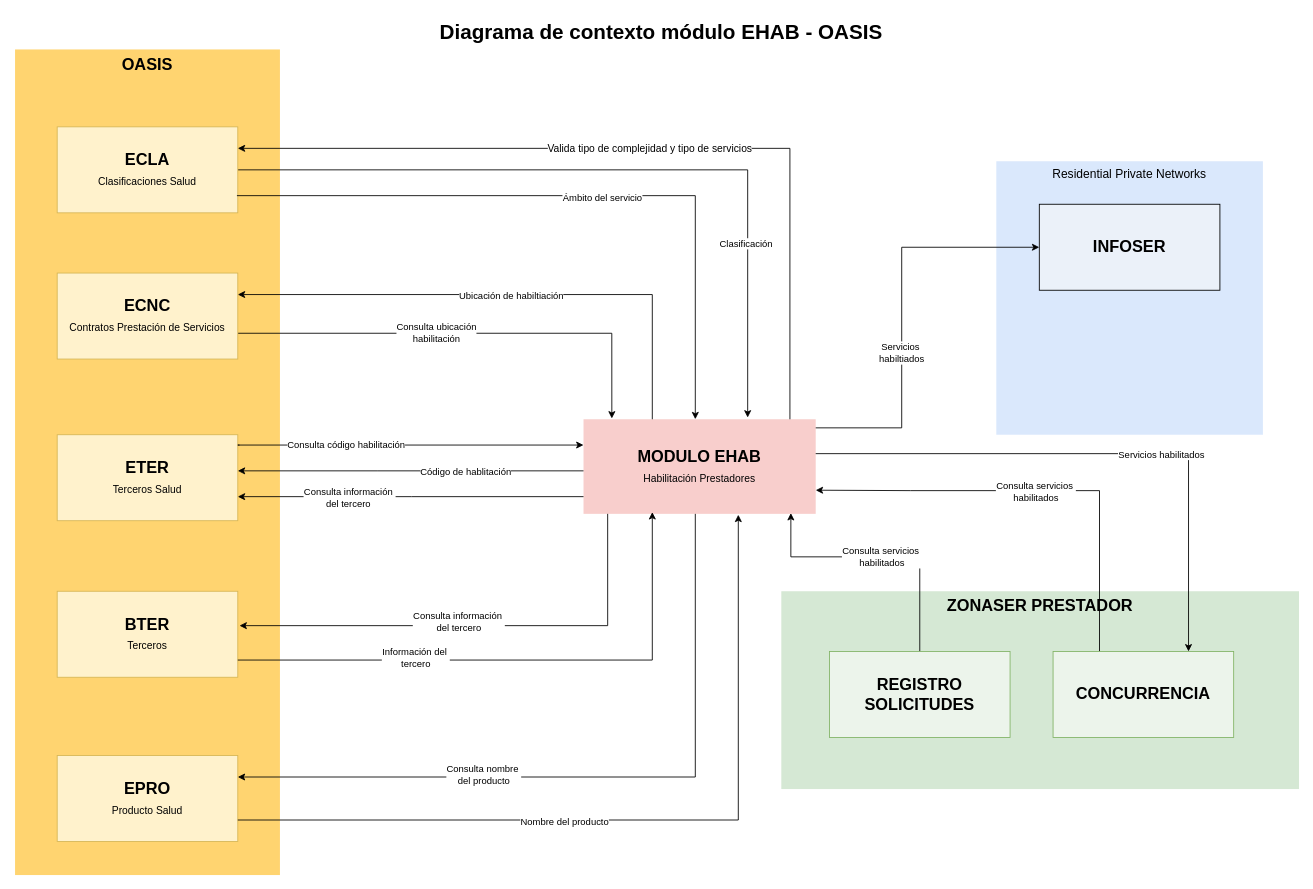
The draw.io diagram Contexto modulo EHAB.drawio in kevinjporto/Diagramas-de-procesos, before the edit. Source tidied: cells renumbered, new cells numbered last; positions are measured from the earlier drawing's top-left corner, leaving out a move shared by most shapes. Both pictures are drawn from the tidied source at 86%, with x=0, y=0 at pixel (15, 15).
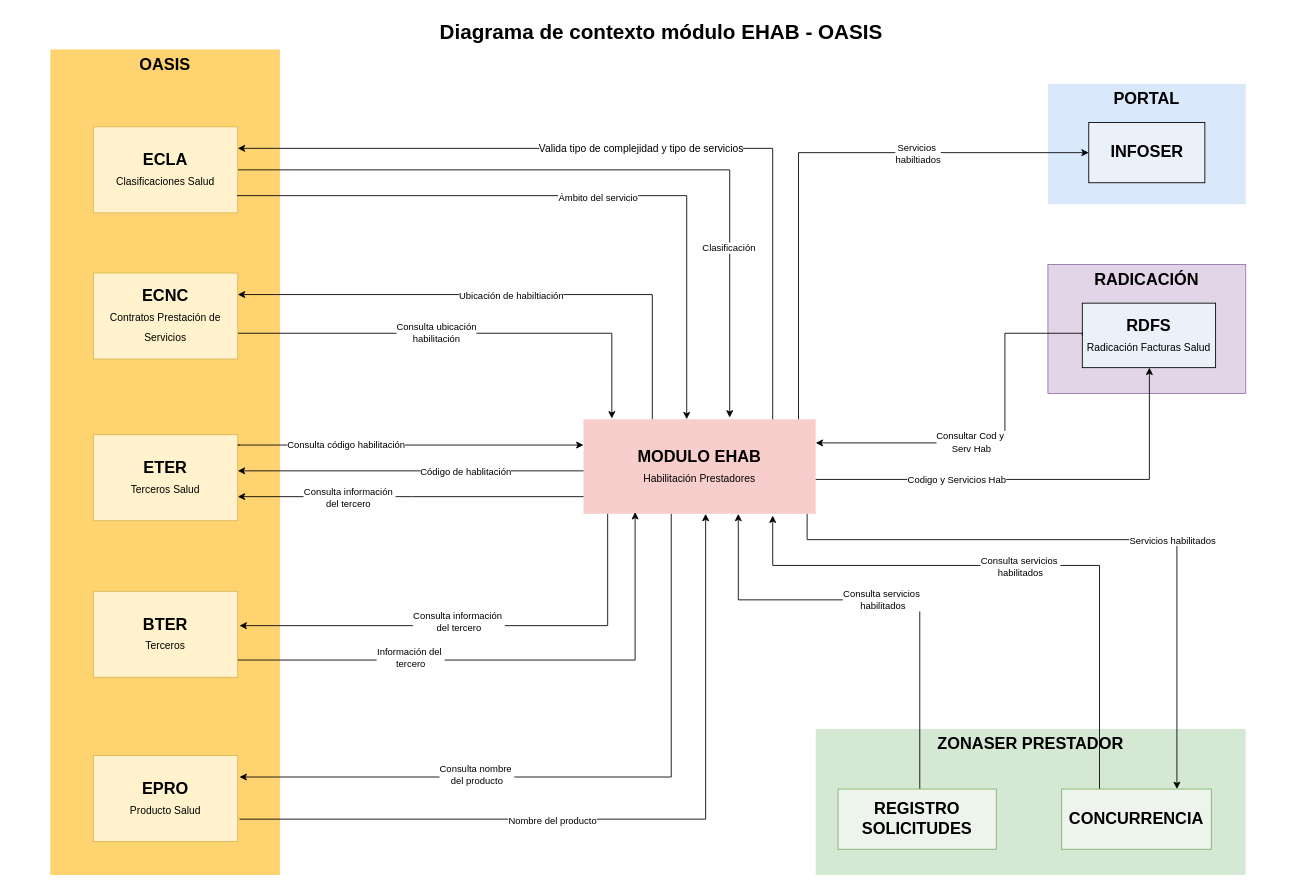
The same diagram, later.

Unchanged cells that the change refers to:
```xml
<mxCell id="2" value="MODULO EHAB&lt;div&gt;&lt;font style=&quot;font-weight: normal; font-size: 12px;&quot;&gt;Habilitación Prestadores&lt;/font&gt;&lt;/div&gt;" style="whiteSpace=wrap;html=1;fillColor=#f8cecc;fontSize=19;strokeColor=none;verticalAlign=middle;fontStyle=1;" parent="1" vertex="1">
  <mxGeometry x="661" y="470" width="270" height="110" as="geometry" />
</mxCell>
```

Change to the diagram source:
```diff
@@
     <mxCell id="3" value="ZONASER PRESTADOR" style="whiteSpace=wrap;html=1;fillColor=#d5e8d4;fontSize=19;strokeColor=none;verticalAlign=top;fontStyle=1;" parent="1" vertex="1">
-      <mxGeometry x="891" y="670" width="602" height="230" as="geometry" />
+      <mxGeometry x="931" y="830" width="500" height="170" as="geometry" />
     </mxCell>
     <mxCell id="4" value="&lt;b&gt;OASIS&lt;/b&gt;" style="whiteSpace=wrap;html=1;fillColor=#FFD470;gradientColor=none;fontSize=19;strokeColor=none;verticalAlign=top;" parent="1" vertex="1">
-      <mxGeometry y="40" width="308" height="960" as="geometry" />
+      <mxGeometry x="41" y="40" width="267" height="960" as="geometry" />
     </mxCell>
-    <mxCell id="5" value="Residential Private Networks" style="whiteSpace=wrap;html=1;fillColor=#dae8fc;fontSize=14;strokeColor=none;verticalAlign=top;" parent="1" vertex="1">
-      <mxGeometry x="1141" y="170" width="310" height="318" as="geometry" />
+    <mxCell id="5" value="&lt;span style=&quot;font-size: 19px; font-weight: 700;&quot;&gt;PORTAL&lt;/span&gt;" style="whiteSpace=wrap;html=1;fillColor=#dae8fc;fontSize=14;strokeColor=none;verticalAlign=top;" parent="1" vertex="1">
+      <mxGeometry x="1201" y="80" width="230" height="140" as="geometry" />
     </mxCell>
@@
-    <mxCell id="7" style="edgeStyle=orthogonalEdgeStyle;rounded=0;jettySize=auto;html=1;entryX=0.707;entryY=-0.018;entryDx=0;entryDy=0;entryPerimeter=0;exitX=1;exitY=0.5;exitDx=0;exitDy=0;" parent="1" edge="1" source="9" target="2">
+    <mxCell id="7" style="edgeStyle=orthogonalEdgeStyle;rounded=0;jettySize=auto;html=1;exitX=1;exitY=0.5;exitDx=0;exitDy=0;" parent="1" edge="1" source="9">
       <mxGeometry relative="1" as="geometry">
+        <mxPoint x="831" y="468" as="targetPoint" />
         <Array as="points">
-          <mxPoint x="852" y="180" />
+          <mxPoint x="831" y="180" />
+          <mxPoint x="831" y="468" />
         </Array>
       </mxGeometry>
     </mxCell>
@@
     <mxCell id="9" value="ECLA&lt;div&gt;&lt;font style=&quot;font-size: 12px; font-weight: normal;&quot;&gt;Clasificaciones Salud&lt;/font&gt;&lt;/div&gt;" style="whiteSpace=wrap;html=1;fillColor=#fff2cc;fontSize=19;strokeColor=#d6b656;verticalAlign=middle;fontStyle=1;" parent="1" vertex="1">
-      <mxGeometry x="49" y="130" width="210" height="100" as="geometry" />
+      <mxGeometry x="91" y="130" width="168" height="100" as="geometry" />
     </mxCell>
-    <mxCell id="10" style="edgeStyle=orthogonalEdgeStyle;rounded=0;jettySize=auto;html=1;entryX=1;entryY=0.25;entryDx=0;entryDy=0;exitX=0.889;exitY=0;exitDx=0;exitDy=0;exitPerimeter=0;" parent="1" edge="1" source="2" target="9">
+    <mxCell id="10" style="edgeStyle=orthogonalEdgeStyle;rounded=0;jettySize=auto;html=1;entryX=1;entryY=0.25;entryDx=0;entryDy=0;" parent="1" edge="1" target="9">
       <mxGeometry relative="1" as="geometry">
+        <mxPoint x="881" y="470" as="sourcePoint" />
         <Array as="points">
-          <mxPoint x="901" y="155" />
+          <mxPoint x="881" y="470" />
+          <mxPoint x="881" y="155" />
         </Array>
       </mxGeometry>
     </mxCell>
@@
     <mxCell id="14" value="ECNC&lt;div&gt;&lt;font style=&quot;font-size: 12px; font-weight: normal;&quot;&gt;Contratos Prestación de Servicios&lt;/font&gt;&lt;/div&gt;" style="whiteSpace=wrap;html=1;fillColor=#fff2cc;fontSize=19;strokeColor=#d6b656;verticalAlign=middle;fontStyle=1;" parent="1" vertex="1">
-      <mxGeometry x="49" y="300" width="210" height="100" as="geometry" />
+      <mxGeometry x="91" y="300" width="168" height="100" as="geometry" />
     </mxCell>
     <mxCell id="15" value="ETER&lt;div&gt;&lt;span style=&quot;font-weight: normal;&quot;&gt;&lt;font style=&quot;font-size: 12px;&quot;&gt;T&lt;/font&gt;&lt;/span&gt;&lt;font style=&quot;font-size: 12px; font-weight: normal;&quot;&gt;erceros Salud&lt;/font&gt;&lt;/div&gt;" style="whiteSpace=wrap;html=1;fillColor=#fff2cc;fontSize=19;strokeColor=#d6b656;verticalAlign=middle;fontStyle=1;" parent="1" vertex="1">
-      <mxGeometry x="49" y="488" width="210" height="100" as="geometry" />
+      <mxGeometry x="91" y="488" width="168" height="100" as="geometry" />
     </mxCell>
     <mxCell id="16" value="BTER&lt;div&gt;&lt;font style=&quot;font-size: 12px; font-weight: normal;&quot;&gt;Terceros&lt;/font&gt;&lt;/div&gt;" style="whiteSpace=wrap;html=1;fillColor=#fff2cc;fontSize=19;strokeColor=#d6b656;verticalAlign=middle;fontStyle=1;" parent="1" vertex="1">
-      <mxGeometry x="49" y="670" width="210" height="100" as="geometry" />
+      <mxGeometry x="91" y="670" width="168" height="100" as="geometry" />
     </mxCell>
-    <mxCell id="17" style="edgeStyle=orthogonalEdgeStyle;rounded=0;jettySize=auto;html=1;entryX=0.893;entryY=0.992;entryDx=0;entryDy=0;entryPerimeter=0;" parent="1" edge="1" source="19" target="2">
+    <mxCell id="17" style="edgeStyle=orthogonalEdgeStyle;rounded=0;jettySize=auto;html=1;" parent="1" edge="1" source="19">
       <mxGeometry relative="1" as="geometry">
+        <mxPoint x="841" y="580" as="targetPoint" />
         <Array as="points">
-          <mxPoint x="1052" y="630" />
-          <mxPoint x="902" y="630" />
+          <mxPoint x="1052" y="680" />
+          <mxPoint x="841" y="680" />
         </Array>
       </mxGeometry>
     </mxCell>
@@
     <mxCell id="19" value="REGISTRO SOLICITUDES" style="whiteSpace=wrap;html=1;fillColor=light-dark(#ecf4eb, #1f2f1e);fontSize=19;strokeColor=#82b366;verticalAlign=middle;fontStyle=1;" parent="1" vertex="1">
-      <mxGeometry x="947" y="740" width="210" height="100" as="geometry" />
+      <mxGeometry x="957" y="900" width="184" height="70" as="geometry" />
     </mxCell>
-    <mxCell id="20" style="edgeStyle=orthogonalEdgeStyle;rounded=0;jettySize=auto;html=1;entryX=1;entryY=0.75;entryDx=0;entryDy=0;" parent="1" edge="1" source="22" target="2">
+    <mxCell id="20" style="edgeStyle=orthogonalEdgeStyle;rounded=0;jettySize=auto;html=1;" parent="1" edge="1" source="22">
       <mxGeometry relative="1" as="geometry">
+        <mxPoint x="881" y="582" as="targetPoint" />
         <Array as="points">
-          <mxPoint x="1261" y="553" />
-          <mxPoint x="1041" y="553" />
+          <mxPoint x="1261" y="640" />
+          <mxPoint x="881" y="640" />
+          <mxPoint x="881" y="582" />
         </Array>
       </mxGeometry>
     </mxCell>
@@
     <mxCell id="22" value="CONCURRENCIA" style="whiteSpace=wrap;html=1;fillColor=light-dark(#ecf4eb, #1f2f1e);fontSize=19;strokeColor=#82b366;verticalAlign=middle;fontStyle=1;" parent="1" vertex="1">
-      <mxGeometry x="1207" y="740" width="210" height="100" as="geometry" />
+      <mxGeometry x="1217" y="900" width="174" height="70" as="geometry" />
     </mxCell>
     <mxCell id="23" value="INFOSER" style="whiteSpace=wrap;html=1;fillColor=light-dark(#ebf1f9, #1d293b);fontSize=19;strokeColor=default;verticalAlign=middle;fontStyle=1;" parent="1" vertex="1">
-      <mxGeometry x="1191" y="220" width="210" height="100" as="geometry" />
+      <mxGeometry x="1248.5" y="125" width="135" height="70" as="geometry" />
     </mxCell>
@@
     <mxCell id="26" value="EPRO&lt;div&gt;&lt;font style=&quot;font-size: 12px; font-weight: normal;&quot;&gt;Producto Salud&lt;/font&gt;&lt;/div&gt;" style="whiteSpace=wrap;html=1;fillColor=#fff2cc;fontSize=19;strokeColor=#d6b656;verticalAlign=middle;fontStyle=1;" parent="1" vertex="1">
-      <mxGeometry x="49" y="861" width="210" height="100" as="geometry" />
+      <mxGeometry x="91" y="861" width="168" height="100" as="geometry" />
     </mxCell>
-    <mxCell id="27" style="edgeStyle=orthogonalEdgeStyle;rounded=0;jettySize=auto;html=1;exitX=1;exitY=0.75;exitDx=0;exitDy=0;" parent="1" edge="1" source="26">
+    <mxCell id="27" style="edgeStyle=orthogonalEdgeStyle;rounded=0;orthogonalLoop=1;jettySize=auto;html=1;" parent="1" edge="1">
       <mxGeometry relative="1" as="geometry">
-        <mxPoint x="841" y="581" as="targetPoint" />
+        <mxPoint x="261" y="935" as="sourcePoint" />
+        <mxPoint x="803" y="580" as="targetPoint" />
         <Array as="points">
-          <mxPoint x="841" y="936" />
+          <mxPoint x="803" y="935" />
+          <mxPoint x="803" y="580" />
         </Array>
       </mxGeometry>
     </mxCell>
@@
     <mxCell id="29" style="edgeStyle=orthogonalEdgeStyle;rounded=0;jettySize=auto;html=1;" parent="1" edge="1" source="16">
       <mxGeometry relative="1" as="geometry">
-        <mxPoint x="741" y="578" as="targetPoint" />
+        <mxPoint x="721" y="578" as="targetPoint" />
         <Array as="points">
-          <mxPoint x="154" y="750" />
-          <mxPoint x="741" y="750" />
+          <mxPoint x="721" y="750" />
+          <mxPoint x="721" y="578" />
         </Array>
       </mxGeometry>
     </mxCell>
@@
-    <mxCell id="31" style="edgeStyle=orthogonalEdgeStyle;rounded=0;jettySize=auto;html=1;" parent="1" edge="1" source="2" target="23">
+    <mxCell id="31" style="edgeStyle=orthogonalEdgeStyle;rounded=0;jettySize=auto;html=1;entryX=0;entryY=0.5;entryDx=0;entryDy=0;" parent="1" edge="1" source="2" target="23">
       <mxGeometry relative="1" as="geometry">
         <Array as="points">
-          <mxPoint x="1031" y="480" />
-          <mxPoint x="1031" y="270" />
+          <mxPoint x="911" y="160" />
         </Array>
       </mxGeometry>
     </mxCell>
     <mxCell id="32" value="Servicios&amp;nbsp;&lt;div&gt;habiltiados&lt;/div&gt;" style="edgeLabel;html=1;align=center;verticalAlign=middle;" parent="31" vertex="1">
-      <mxGeometry x="-0.2" y="1" relative="1" as="geometry" />
+      <mxGeometry x="-0.2" y="1" relative="1" as="geometry">
+        <mxPoint x="139" y="-51" as="offset" />
+      </mxGeometry>
     </mxCell>
@@
-    <mxCell id="35" style="edgeStyle=orthogonalEdgeStyle;rounded=0;jettySize=auto;html=1;entryX=0.75;entryY=0;entryDx=0;entryDy=0;" parent="1" edge="1" source="2" target="22">
+    <mxCell id="35" style="edgeStyle=orthogonalEdgeStyle;rounded=0;jettySize=auto;html=1;" parent="1" edge="1" source="2">
       <mxGeometry relative="1" as="geometry">
+        <mxPoint x="1351" y="900" as="targetPoint" />
         <Array as="points">
-          <mxPoint x="1365" y="510" />
+          <mxPoint x="921" y="610" />
+          <mxPoint x="1351" y="610" />
         </Array>
       </mxGeometry>
     </mxCell>
@@
-    <mxCell id="37" style="edgeStyle=orthogonalEdgeStyle;rounded=0;jettySize=auto;html=1;entryX=1;entryY=0.25;entryDx=0;entryDy=0;" parent="1" edge="1" target="26">
+    <mxCell id="37" style="edgeStyle=orthogonalEdgeStyle;rounded=0;orthogonalLoop=1;jettySize=auto;html=1;" parent="1" edge="1">
       <mxGeometry relative="1" as="geometry">
-        <mxPoint x="791" y="580" as="sourcePoint" />
+        <mxPoint x="763" y="580" as="sourcePoint" />
+        <mxPoint x="261" y="886" as="targetPoint" />
         <Array as="points">
-          <mxPoint x="791" y="886" />
+          <mxPoint x="763" y="886" />
         </Array>
       </mxGeometry>
     </mxCell>
@@
     <mxCell id="45" style="edgeStyle=orthogonalEdgeStyle;rounded=0;orthogonalLoop=1;jettySize=auto;html=1;" parent="1" edge="1">
       <mxGeometry relative="1" as="geometry">
         <mxPoint x="258" y="210" as="sourcePoint" />
-        <mxPoint x="791" y="470" as="targetPoint" />
+        <mxPoint x="781" y="470" as="targetPoint" />
         <Array as="points">
-          <mxPoint x="258" y="210" />
-          <mxPoint x="791" y="210" />
+          <mxPoint x="781" y="210" />
+          <mxPoint x="781" y="470" />
         </Array>
       </mxGeometry>
     </mxCell>
@@
+    <mxCell id="47" value="RADICACIÓN" style="whiteSpace=wrap;html=1;fillColor=#e1d5e7;fontSize=19;strokeColor=#9673a6;verticalAlign=top;fontStyle=1;" parent="1" vertex="1">
+      <mxGeometry x="1201" y="290" width="230" height="150" as="geometry" />
+    </mxCell>
+    <mxCell id="48" value="RDFS&lt;div&gt;&lt;span style=&quot;font-size: 12px; font-weight: 400;&quot;&gt;Radicación Facturas Salud&lt;/span&gt;&lt;/div&gt;" style="whiteSpace=wrap;html=1;fillColor=light-dark(#ebf1f9, #1d293b);fontSize=19;strokeColor=default;verticalAlign=middle;fontStyle=1;" parent="1" vertex="1">
+      <mxGeometry x="1241" y="335" width="155" height="75" as="geometry" />
+    </mxCell>
+    <mxCell id="49" style="edgeStyle=orthogonalEdgeStyle;rounded=0;jettySize=auto;html=1;entryX=1;entryY=0.25;entryDx=0;entryDy=0;exitX=0;exitY=0.5;exitDx=0;exitDy=0;" parent="1" edge="1" source="48" target="2">
+      <mxGeometry relative="1" as="geometry">
+        <Array as="points">
+          <mxPoint x="1241" y="370" />
+          <mxPoint x="1151" y="370" />
+          <mxPoint x="1151" y="498" />
+        </Array>
+      </mxGeometry>
+    </mxCell>
+    <mxCell id="50" value="Consultar Cod y&amp;nbsp;&lt;div&gt;Serv Hab&lt;/div&gt;" style="edgeLabel;html=1;align=center;verticalAlign=middle;" parent="49" vertex="1">
+      <mxGeometry x="0.18" y="-1" relative="1" as="geometry" />
+    </mxCell>
+    <mxCell id="51" style="edgeStyle=orthogonalEdgeStyle;rounded=0;jettySize=auto;html=1;" parent="1" edge="1" source="2" target="48">
+      <mxGeometry relative="1" as="geometry">
+        <Array as="points">
+          <mxPoint x="1319" y="540" />
+        </Array>
+      </mxGeometry>
+    </mxCell>
+    <mxCell id="52" value="Codigo y Servicios Hab" style="edgeLabel;html=1;align=center;verticalAlign=middle;" parent="51" vertex="1">
+      <mxGeometry x="-0.37" relative="1" as="geometry" />
+    </mxCell>
```
